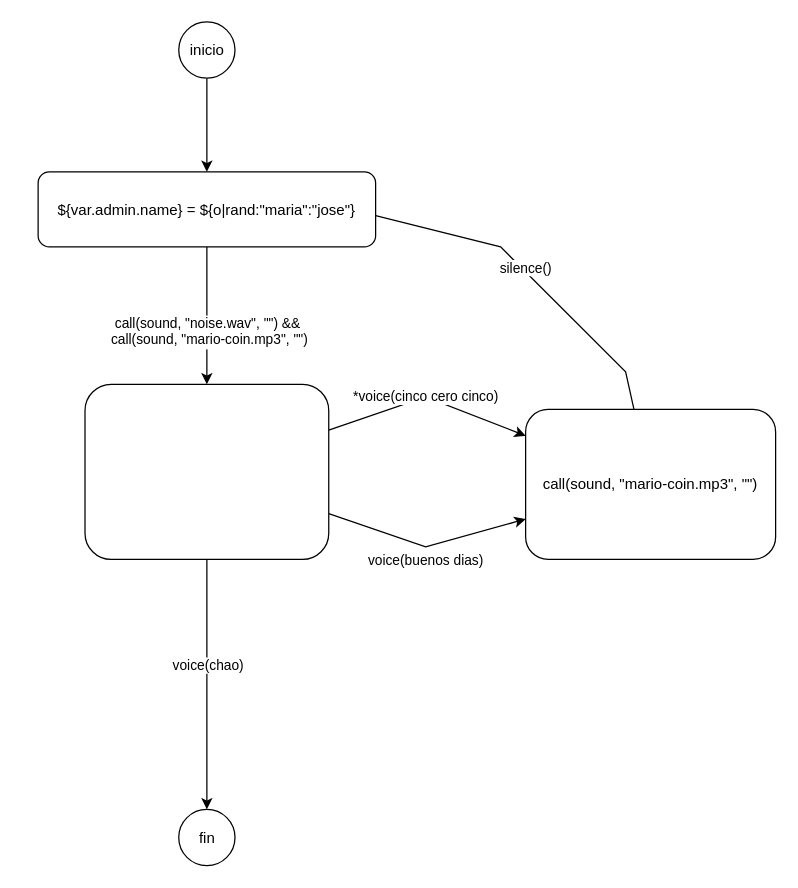
Before: data/ue/scenes/caso1.drawio in ejfdelgado/ejflab, a draw.io diagram. Source tidied: cells renumbered, new cells numbered last; positions are measured from the earlier drawing's top-left corner, leaving out a move shared by most shapes. Both pictures are drawn from the tidied source at 125%, with x=0, y=0 at pixel (38, 21).
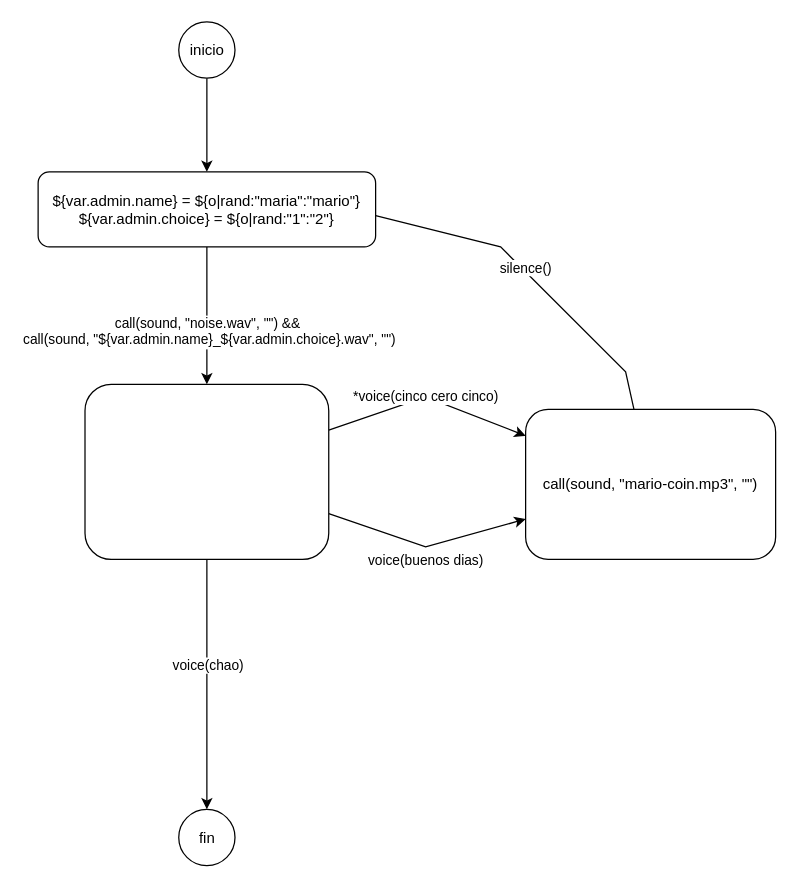
The same page after the edit.

Unchanged cells that the change refers to:
```xml
<mxCell id="15" style="edgeStyle=none;rounded=0;html=1;" parent="1" edge="1" source="18" target="13">
  <mxGeometry relative="1" as="geometry" />
</mxCell>
```

Diff of the diagram source:
```diff
@@
-    <mxCell id="17" value="call(sound, &quot;noise.wav&quot;, &quot;&quot;) &amp;&amp; &#10;call(sound, &quot;mario-coin.mp3&quot;, &quot;&quot;)" style="edgeLabel;align=center;verticalAlign=middle;" parent="15" vertex="1">
+    <mxCell id="17" value="call(sound, &quot;noise.wav&quot;, &quot;&quot;) &amp;&amp; &#10;call(sound, &quot;${var.admin.name}_${var.admin.choice}.wav&quot;, &quot;&quot;)" style="edgeLabel;align=center;verticalAlign=middle;" parent="15" vertex="1">
       <mxGeometry x="0.22" y="2" relative="1" as="geometry" />
     </mxCell>
-    <mxCell id="18" value="${var.admin.name} = ${o|rand:&quot;maria&quot;:&quot;jose&quot;}" style="rounded=1;" parent="1" vertex="1">
+    <mxCell id="18" value="${var.admin.name} = ${o|rand:&quot;maria&quot;:&quot;mario&quot;}&#10;${var.admin.choice} = ${o|rand:&quot;1&quot;:&quot;2&quot;}" style="rounded=1;" parent="1" vertex="1">
       <mxGeometry y="120" width="270" height="60" as="geometry" />
     </mxCell>
```
